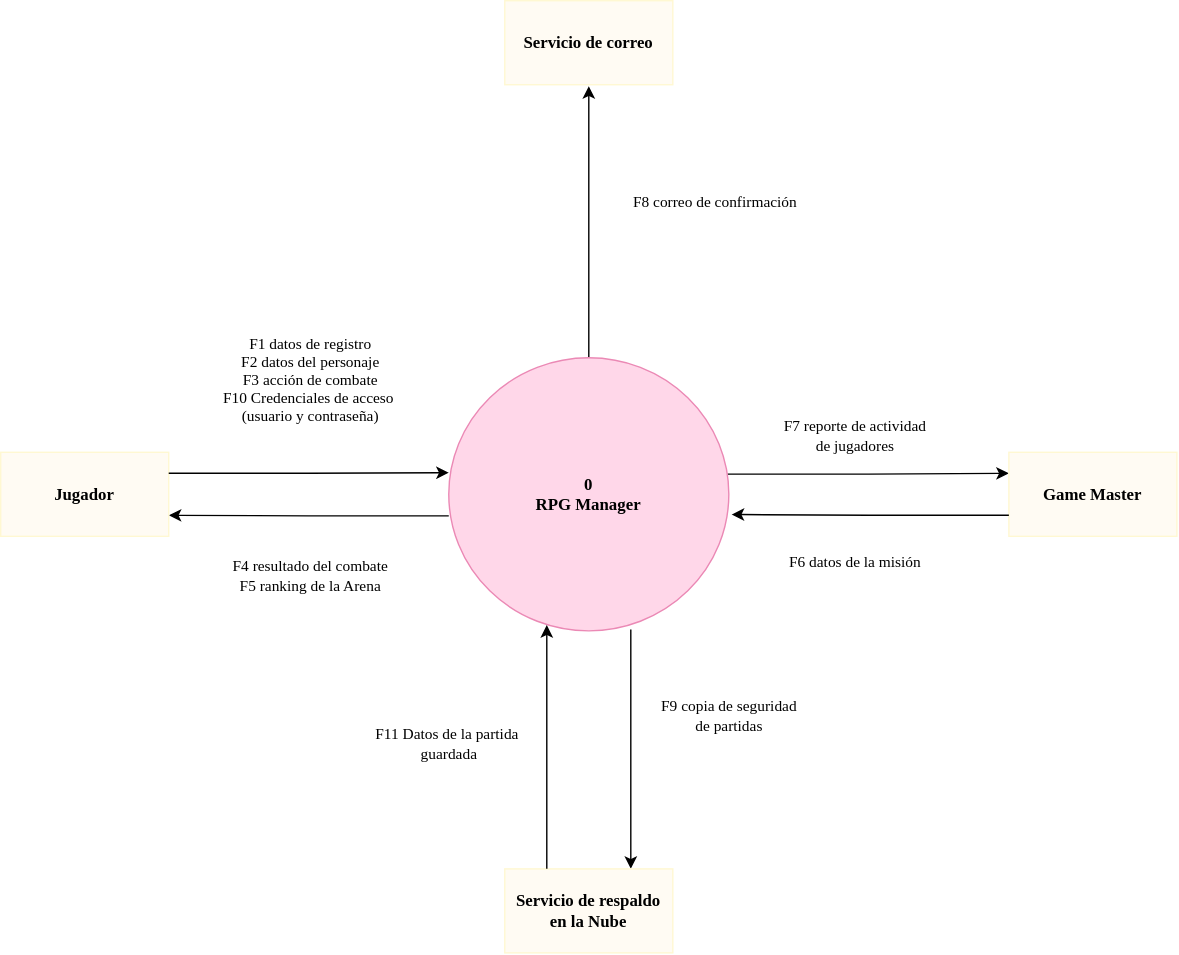
The draw.io diagram diagramas-drawio/01_contexto_rpg.svg in stephannynayleth01-coder/DRAW.IO_AS, before a commit. Source tidied: cells renumbered, new cells last; positions are measured from the earlier drawing's top-left corner, leaving out a move shared by most shapes.
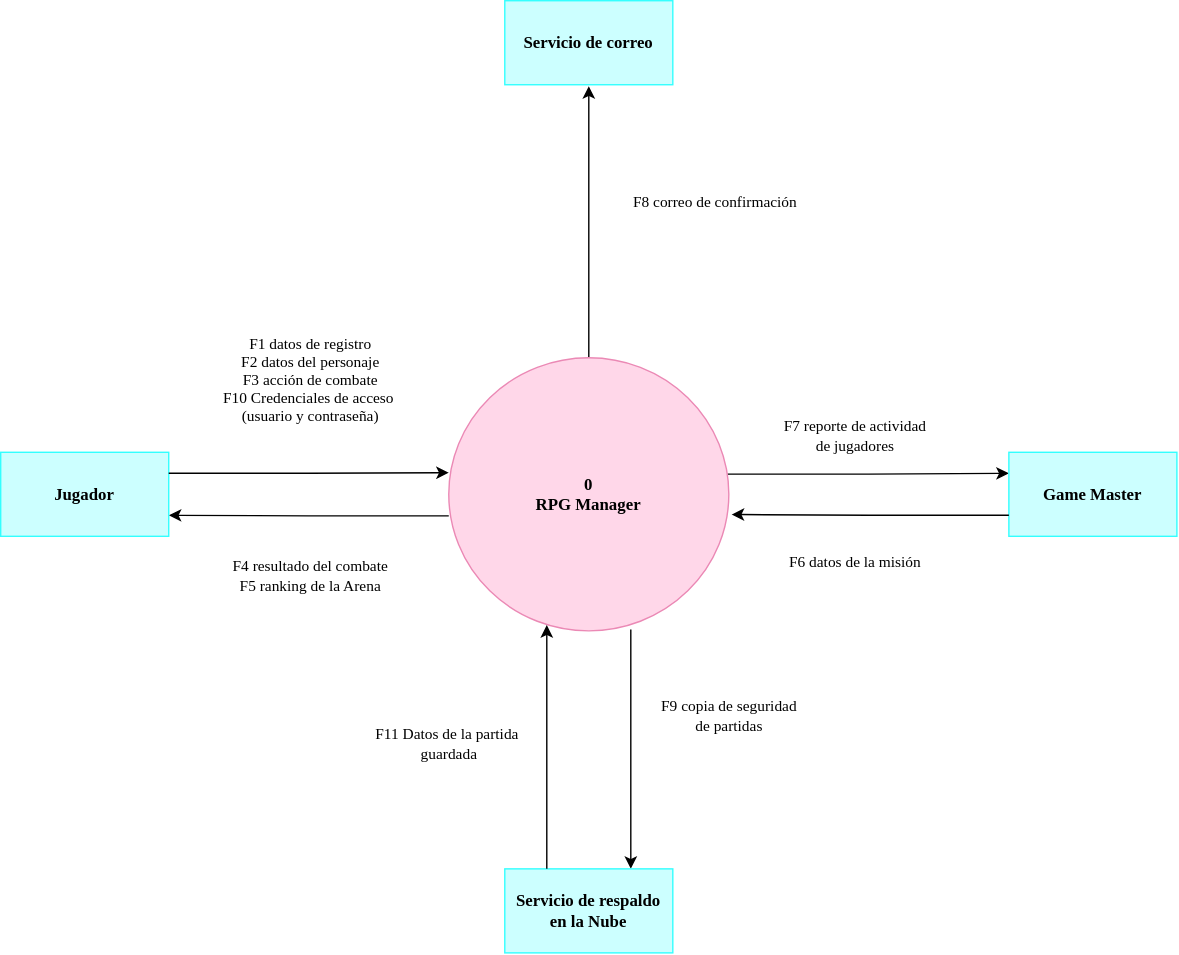
Above is the later version.

The edit, as a diff of the source:
```diff
@@ -16,55 +16,55 @@
     <mxCell id="5" style="edgeStyle=orthogonalEdgeStyle;rounded=0;jettySize=auto;html=1;exitX=0.65;exitY=0.995;exitDx=0;exitDy=0;entryX=0.75;entryY=0;entryDx=0;entryDy=0;defaultLabelBackgroundColor=page;exitPerimeter=0;" parent="1" edge="1" source="6" target="9">
       <mxGeometry relative="1" as="geometry" />
     </mxCell>
-    <mxCell id="6" value="&lt;font face=&quot;Georgia&quot;&gt;&lt;b&gt;0&lt;/b&gt;&lt;/font&gt;&lt;div&gt;&lt;font face=&quot;Georgia&quot;&gt;&lt;b&gt;RPG Manager&lt;/b&gt;&lt;/font&gt;&lt;/div&gt;" style="ellipse;whiteSpace=wrap;html=1;shapeInside=1;fillColor=#FFD7E9;strokeColor=#EB89B5;" parent="1" vertex="1">
+    <mxCell id="6" value="&lt;b style=&quot;&quot;&gt;&lt;font face=&quot;Verdana&quot;&gt;0&lt;/font&gt;&lt;/b&gt;&lt;div&gt;&lt;b style=&quot;&quot;&gt;&lt;font face=&quot;Verdana&quot;&gt;RPG Manager&lt;/font&gt;&lt;/b&gt;&lt;/div&gt;" style="ellipse;whiteSpace=wrap;html=1;shapeInside=1;fillColor=#FFD7E9;strokeColor=#EB89B5;" parent="1" vertex="1">
       <mxGeometry x="320" y="255" width="200" height="195" as="geometry" />
     </mxCell>
-    <mxCell id="7" value="&lt;font face=&quot;Georgia&quot;&gt;&lt;b&gt;Jugador&lt;/b&gt;&lt;/font&gt;" style="rounded=0;whiteSpace=wrap;html=1;fillColor=#FFFBF3;strokeColor=#FFF8D2;" parent="1" vertex="1">
+    <mxCell id="7" value="&lt;b style=&quot;&quot;&gt;&lt;font face=&quot;Verdana&quot;&gt;Jugador&lt;/font&gt;&lt;/b&gt;" style="rounded=0;whiteSpace=wrap;html=1;fillColor=#CCFFFF;strokeColor=#33FFFF;" parent="1" vertex="1">
       <mxGeometry y="322.5" width="120" height="60" as="geometry" />
     </mxCell>
-    <mxCell id="8" value="&lt;font face=&quot;Georgia&quot;&gt;&lt;b&gt;Game Master&lt;/b&gt;&lt;/font&gt;" style="rounded=0;whiteSpace=wrap;html=1;fillColor=#FFFBF3;strokeColor=#FFF8D2;" parent="1" vertex="1">
+    <mxCell id="8" value="&lt;b style=&quot;&quot;&gt;&lt;font face=&quot;Verdana&quot;&gt;Game Master&lt;/font&gt;&lt;/b&gt;" style="rounded=0;whiteSpace=wrap;html=1;fillColor=#CCFFFF;strokeColor=#33FFFF;" parent="1" vertex="1">
       <mxGeometry x="720" y="322.5" width="120" height="60" as="geometry" />
     </mxCell>
-    <mxCell id="9" value="&lt;font face=&quot;Georgia&quot;&gt;&lt;b&gt;Servicio de respaldo en la Nube&lt;/b&gt;&lt;/font&gt;" style="rounded=0;whiteSpace=wrap;html=1;fillColor=#FFFBF3;strokeColor=#FFF8D2;" parent="1" vertex="1">
+    <mxCell id="9" value="&lt;b style=&quot;&quot;&gt;&lt;font face=&quot;Verdana&quot;&gt;Servicio de respaldo en la Nube&lt;/font&gt;&lt;/b&gt;" style="rounded=0;whiteSpace=wrap;html=1;fillColor=#CCFFFF;strokeColor=#33FFFF;" parent="1" vertex="1">
       <mxGeometry x="360" y="620" width="120" height="60" as="geometry" />
     </mxCell>
-    <mxCell id="10" value="&lt;font face=&quot;Georgia&quot;&gt;&lt;b&gt;Servicio de correo&lt;/b&gt;&lt;/font&gt;" style="rounded=0;whiteSpace=wrap;html=1;fillColor=#FFFBF3;strokeColor=#FFF8D2;" parent="1" vertex="1">
+    <mxCell id="10" value="&lt;b style=&quot;&quot;&gt;&lt;font face=&quot;Verdana&quot;&gt;Servicio de correo&lt;/font&gt;&lt;/b&gt;" style="rounded=0;whiteSpace=wrap;html=1;fillColor=#CCFFFF;strokeColor=#33FFFF;" parent="1" vertex="1">
       <mxGeometry x="360" width="120" height="60" as="geometry" />
     </mxCell>
     <mxCell id="11" style="edgeStyle=orthogonalEdgeStyle;rounded=0;jettySize=auto;html=1;exitX=1;exitY=0.25;exitDx=0;exitDy=0;entryX=0;entryY=0.421;entryDx=0;entryDy=0;entryPerimeter=0;defaultLabelBackgroundColor=page;" parent="1" edge="1" source="7" target="6">
       <mxGeometry relative="1" as="geometry" />
     </mxCell>
-    <mxCell id="12" value="&lt;div&gt;&lt;font face=&quot;Georgia&quot;&gt;F1 datos de registro&lt;/font&gt;&lt;/div&gt;&lt;div&gt;&lt;font face=&quot;Georgia&quot;&gt;F2 datos del personaje&lt;/font&gt;&lt;/div&gt;&lt;div&gt;&lt;font face=&quot;Georgia&quot;&gt;F3 acción de combate&lt;/font&gt;&lt;/div&gt;&lt;div&gt;&lt;font face=&quot;Georgia&quot;&gt;F10&amp;nbsp;&lt;/font&gt;&lt;span style=&quot;background-color: transparent;&quot;&gt;&lt;font face=&quot;Georgia&quot;&gt;Credenciales de acceso&amp;nbsp;&lt;/font&gt;&lt;/span&gt;&lt;/div&gt;&lt;div&gt;&lt;span style=&quot;background-color: transparent;&quot;&gt;&lt;font face=&quot;Georgia&quot;&gt;(usuario y contraseña)&lt;/font&gt;&lt;/span&gt;&lt;/div&gt;" style="edgeLabel;html=1;align=center;verticalAlign=middle;inheritText=1;defaultLabelBackgroundColor=page;" parent="11" vertex="1">
+    <mxCell id="12" value="&lt;div&gt;&lt;font face=&quot;Verdana&quot;&gt;F1 datos de registro&lt;/font&gt;&lt;/div&gt;&lt;div&gt;&lt;font face=&quot;Verdana&quot;&gt;F2 datos del personaje&lt;/font&gt;&lt;/div&gt;&lt;div&gt;&lt;font face=&quot;Verdana&quot;&gt;F3 acción de combate&lt;/font&gt;&lt;/div&gt;&lt;div&gt;&lt;font face=&quot;Verdana&quot;&gt;F10&amp;nbsp;&lt;span style=&quot;background-color: transparent;&quot;&gt;Credenciales de acceso&amp;nbsp;&lt;/span&gt;&lt;/font&gt;&lt;/div&gt;&lt;div&gt;&lt;span style=&quot;background-color: transparent;&quot;&gt;&lt;font face=&quot;Verdana&quot;&gt;(usuario y contraseña)&lt;/font&gt;&lt;/span&gt;&lt;/div&gt;" style="edgeLabel;html=1;align=center;verticalAlign=middle;inheritText=1;defaultLabelBackgroundColor=page;" parent="11" vertex="1">
       <mxGeometry x="-0.8" y="-1" relative="1" as="geometry">
         <mxPoint x="80" y="-68" as="offset" />
       </mxGeometry>
     </mxCell>
-    <mxCell id="13" value="&lt;div&gt;&lt;div&gt;&lt;font face=&quot;Georgia&quot;&gt;F4 resultado del combate&lt;/font&gt;&lt;/div&gt;&lt;div&gt;&lt;font face=&quot;Georgia&quot;&gt;F5 ranking de la Arena&lt;/font&gt;&lt;/div&gt;&lt;/div&gt;" style="edgeLabel;html=1;align=center;verticalAlign=middle;inheritText=1;defaultLabelBackgroundColor=page;" parent="11" vertex="1">
+    <mxCell id="13" value="&lt;div&gt;&lt;div&gt;&lt;font face=&quot;Verdana&quot;&gt;F4 resultado del combate&lt;/font&gt;&lt;/div&gt;&lt;div&gt;&lt;font face=&quot;Verdana&quot;&gt;F5 ranking de la Arena&lt;/font&gt;&lt;/div&gt;&lt;/div&gt;" style="edgeLabel;html=1;align=center;verticalAlign=middle;inheritText=1;defaultLabelBackgroundColor=page;" parent="11" vertex="1">
       <mxGeometry x="-0.8" y="-1" relative="1" as="geometry">
         <mxPoint x="80" y="72" as="offset" />
       </mxGeometry>
     </mxCell>
-    <mxCell id="14" value="&lt;font face=&quot;Georgia&quot;&gt;F8 correo de confirmación&lt;/font&gt;&lt;div&gt;&lt;font face=&quot;Georgia&quot;&gt;&lt;br&gt;&lt;/font&gt;&lt;/div&gt;" style="edgeLabel;html=1;align=center;verticalAlign=middle;inheritText=1;defaultLabelBackgroundColor=page;" parent="11" vertex="1">
+    <mxCell id="14" value="&lt;font face=&quot;Verdana&quot;&gt;F8 correo de confirmación&lt;/font&gt;&lt;div&gt;&lt;font face=&quot;Georgia&quot;&gt;&lt;br&gt;&lt;/font&gt;&lt;/div&gt;" style="edgeLabel;html=1;align=center;verticalAlign=middle;inheritText=1;defaultLabelBackgroundColor=page;" parent="11" vertex="1">
       <mxGeometry x="-0.8" y="-1" relative="1" as="geometry">
         <mxPoint x="370" y="-188" as="offset" />
       </mxGeometry>
     </mxCell>
-    <mxCell id="15" value="&lt;div&gt;&lt;font face=&quot;Georgia&quot;&gt;&lt;div&gt;F9 copia de seguridad&lt;/div&gt;&lt;div&gt;de partidas&lt;/div&gt;&lt;/font&gt;&lt;/div&gt;" style="edgeLabel;html=1;align=center;verticalAlign=middle;inheritText=1;defaultLabelBackgroundColor=page;" parent="11" vertex="1">
+    <mxCell id="15" value="&lt;div&gt;&lt;div style=&quot;&quot;&gt;&lt;font face=&quot;Verdana&quot;&gt;F9 copia de seguridad&lt;/font&gt;&lt;/div&gt;&lt;div style=&quot;&quot;&gt;&lt;font face=&quot;Verdana&quot;&gt;de partidas&lt;/font&gt;&lt;/div&gt;&lt;/div&gt;" style="edgeLabel;html=1;align=center;verticalAlign=middle;inheritText=1;defaultLabelBackgroundColor=page;" parent="11" vertex="1">
       <mxGeometry x="-0.8" y="-1" relative="1" as="geometry">
         <mxPoint x="380" y="172" as="offset" />
       </mxGeometry>
     </mxCell>
-    <mxCell id="16" value="&lt;font face=&quot;Georgia&quot;&gt;&lt;div&gt;F11 Datos de la partida&amp;nbsp;&lt;/div&gt;&lt;div&gt;guardada&lt;/div&gt;&lt;/font&gt;" style="edgeLabel;html=1;align=center;verticalAlign=middle;inheritText=1;defaultLabelBackgroundColor=page;" parent="11" vertex="1">
+    <mxCell id="16" value="&lt;div style=&quot;&quot;&gt;&lt;font face=&quot;Verdana&quot;&gt;F11 Datos de la partida&amp;nbsp;&lt;/font&gt;&lt;/div&gt;&lt;div style=&quot;&quot;&gt;&lt;font face=&quot;Verdana&quot;&gt;guardada&lt;/font&gt;&lt;/div&gt;" style="edgeLabel;html=1;align=center;verticalAlign=middle;inheritText=1;defaultLabelBackgroundColor=page;" parent="11" vertex="1">
       <mxGeometry x="-0.8" y="-1" relative="1" as="geometry">
         <mxPoint x="180" y="192" as="offset" />
       </mxGeometry>
     </mxCell>
-    <mxCell id="17" value="&lt;font face=&quot;Georgia&quot;&gt;&lt;div&gt;F7 reporte de actividad&lt;/div&gt;&lt;div&gt;de jugadores&lt;/div&gt;&lt;/font&gt;" style="edgeLabel;html=1;align=center;verticalAlign=middle;inheritText=1;defaultLabelBackgroundColor=page;" parent="11" vertex="1">
+    <mxCell id="17" value="&lt;div style=&quot;&quot;&gt;&lt;font face=&quot;Verdana&quot;&gt;F7 reporte de actividad&lt;/font&gt;&lt;/div&gt;&lt;div style=&quot;&quot;&gt;&lt;font face=&quot;Verdana&quot;&gt;de jugadores&lt;/font&gt;&lt;/div&gt;" style="edgeLabel;html=1;align=center;verticalAlign=middle;inheritText=1;defaultLabelBackgroundColor=page;" parent="11" vertex="1">
       <mxGeometry x="-0.8" y="-1" relative="1" as="geometry">
         <mxPoint x="470" y="-28" as="offset" />
       </mxGeometry>
     </mxCell>
-    <mxCell id="18" value="&lt;font face=&quot;Georgia&quot;&gt;F6 datos de la misión&lt;/font&gt;" style="edgeLabel;html=1;align=center;verticalAlign=middle;inheritText=1;defaultLabelBackgroundColor=page;" parent="11" vertex="1">
+    <mxCell id="18" value="&lt;font face=&quot;Verdana&quot;&gt;F6 datos de la misión&lt;/font&gt;" style="edgeLabel;html=1;align=center;verticalAlign=middle;inheritText=1;defaultLabelBackgroundColor=page;" parent="11" vertex="1">
       <mxGeometry x="-0.8" y="-1" relative="1" as="geometry">
         <mxPoint x="470" y="62" as="offset" />
       </mxGeometry>
```
